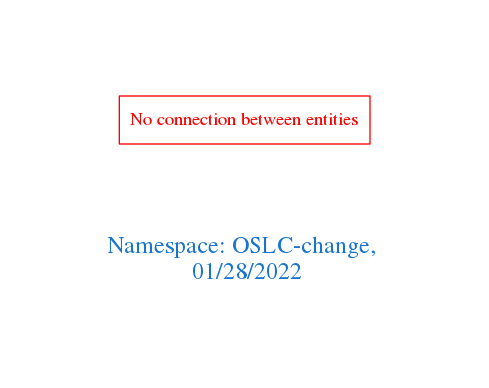
Earlier version of the Graphviz export downloads/OSLC-change.png (arago/OGIT). Its source is kept beside it as downloads/OSLC-change.dot.
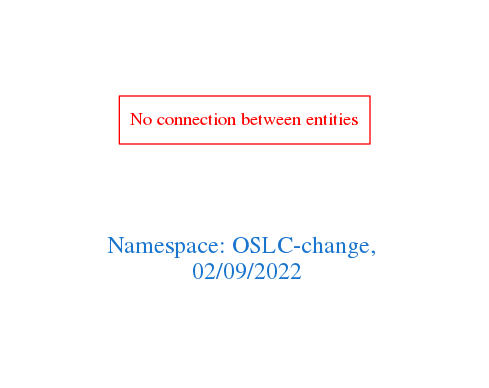
Above is the later version.

Diff of the diagram source:
```diff
@@ -1,7 +1,7 @@
 digraph OGIT_ontology {
  graph [ rankdir= LR,pad=1
 fontsize = 18,
-fontcolor= dodgerblue3,label = "\n\n\nNamespace: OSLC-change, \n 01/28/2022"];
+fontcolor= dodgerblue3,label = "\n\n\nNamespace: OSLC-change, \n 02/09/2022"];
 node[shape=polygon];
 edge [  color="gray81"];
 
```
